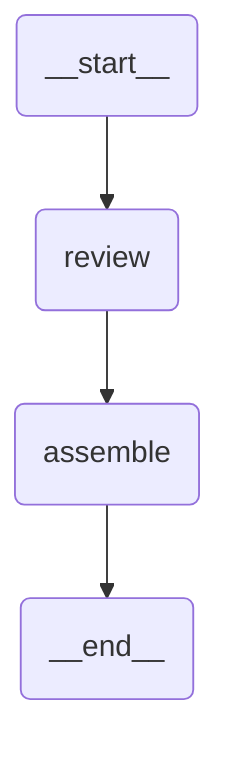
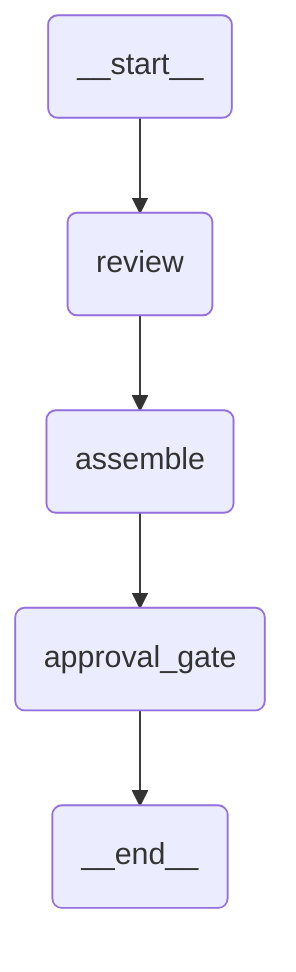
%% AUTO-GENERATED by `uipath init`. Do not edit manually.
%% Regenerated on every `uipath init`.
flowchart TB
  __start__(__start__)
  review(review)
  assemble(assemble)
+   approval_gate(approval_gate)
  __end__(__end__)
  __start__ --> review
+   assemble --> approval_gate
  review --> assemble
-   assemble --> __end__
+   approval_gate --> __end__
